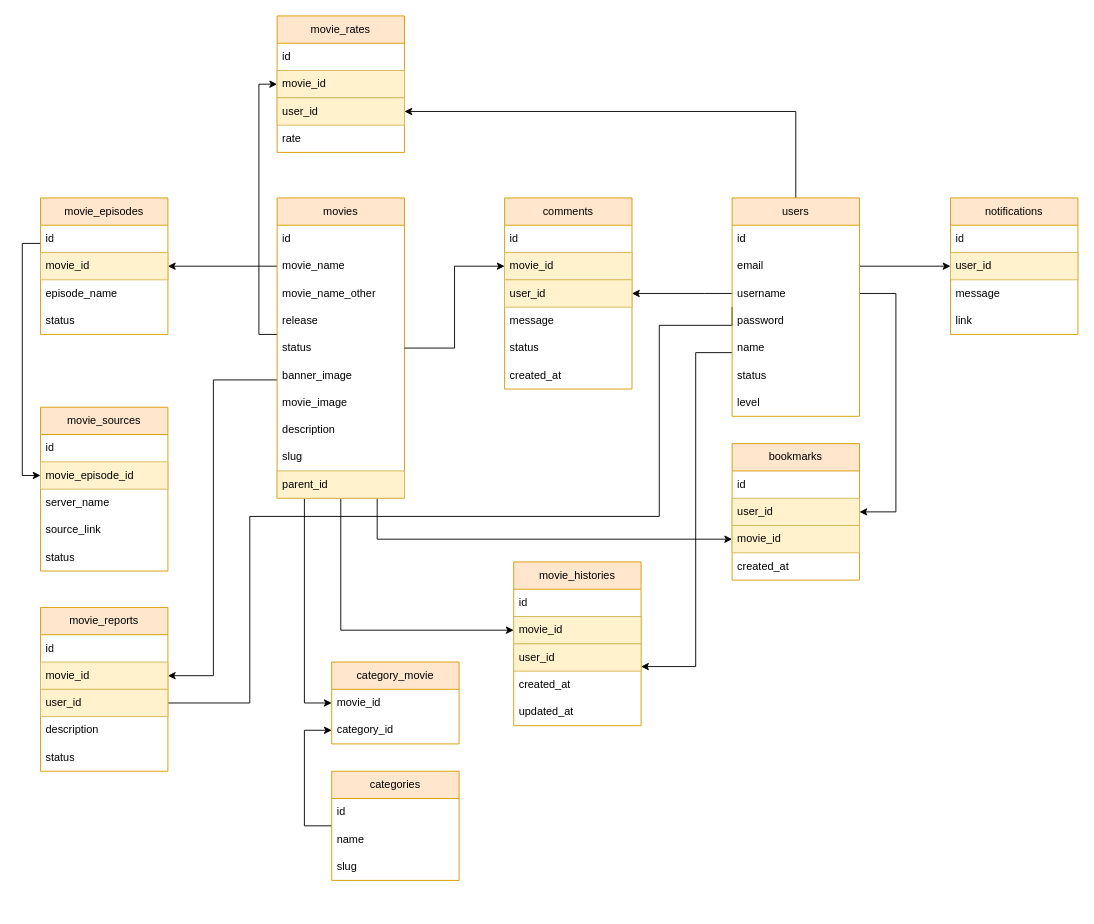
Before: movies_erd.drawio in chinhps/movie-project, a draw.io diagram. Source tidied: cells renumbered, new cells numbered last; positions are measured from the earlier drawing's top-left corner, leaving out a move shared by most shapes. Both pictures are drawn from the tidied source at 91%, with x=0, y=0 at pixel (22, 15).
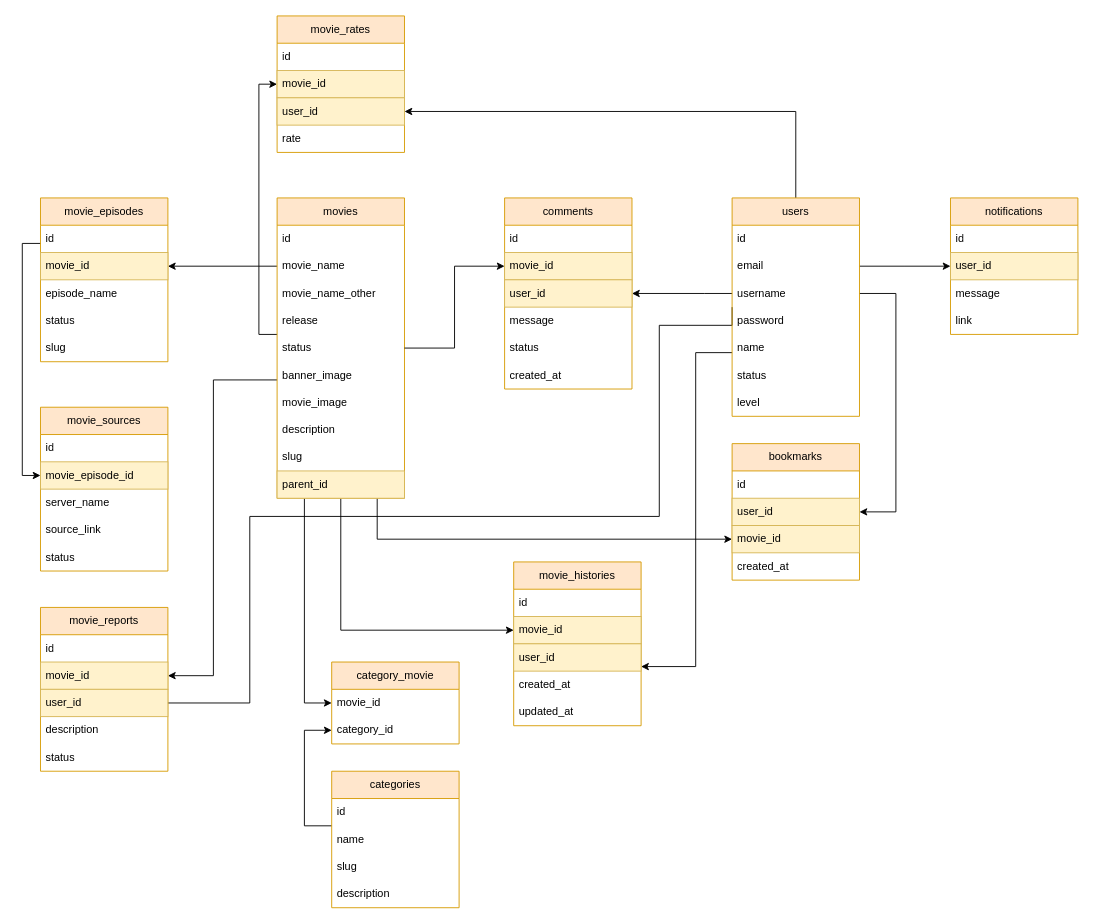
The same diagram, later.

Change to the diagram source:
```diff
@@
     <mxCell id="20" value="movie_episodes" style="swimlane;fontStyle=0;horizontal=1;startSize=30;whiteSpace=wrap;html=1;fillColor=#ffe6cc;strokeColor=#d79b00;" parent="1" vertex="1">
-      <mxGeometry x="20" y="200" width="140" height="150" as="geometry" />
+      <mxGeometry x="20" y="200" width="140" height="180" as="geometry" />
     </mxCell>
@@
+    <mxCell id="88" value="slug" style="text;strokeColor=none;fillColor=none;align=left;verticalAlign=middle;spacingLeft=4;spacingRight=4;overflow=hidden;whiteSpace=wrap;html=1;" parent="20" vertex="1">
+      <mxGeometry y="150" width="140" height="30" as="geometry" />
+    </mxCell>
@@
     <mxCell id="81" value="categories" style="swimlane;fontStyle=0;horizontal=1;startSize=30;whiteSpace=wrap;html=1;fillColor=#ffe6cc;strokeColor=#d79b00;" parent="1" vertex="1">
-      <mxGeometry x="340" y="830" width="140" height="120" as="geometry" />
+      <mxGeometry x="340" y="830" width="140" height="150" as="geometry" />
     </mxCell>
@@
+    <mxCell id="89" value="description" style="text;strokeColor=none;fillColor=none;align=left;verticalAlign=middle;spacingLeft=4;spacingRight=4;overflow=hidden;whiteSpace=wrap;html=1;" parent="81" vertex="1">
+      <mxGeometry y="120" width="140" height="30" as="geometry" />
+    </mxCell>
```
